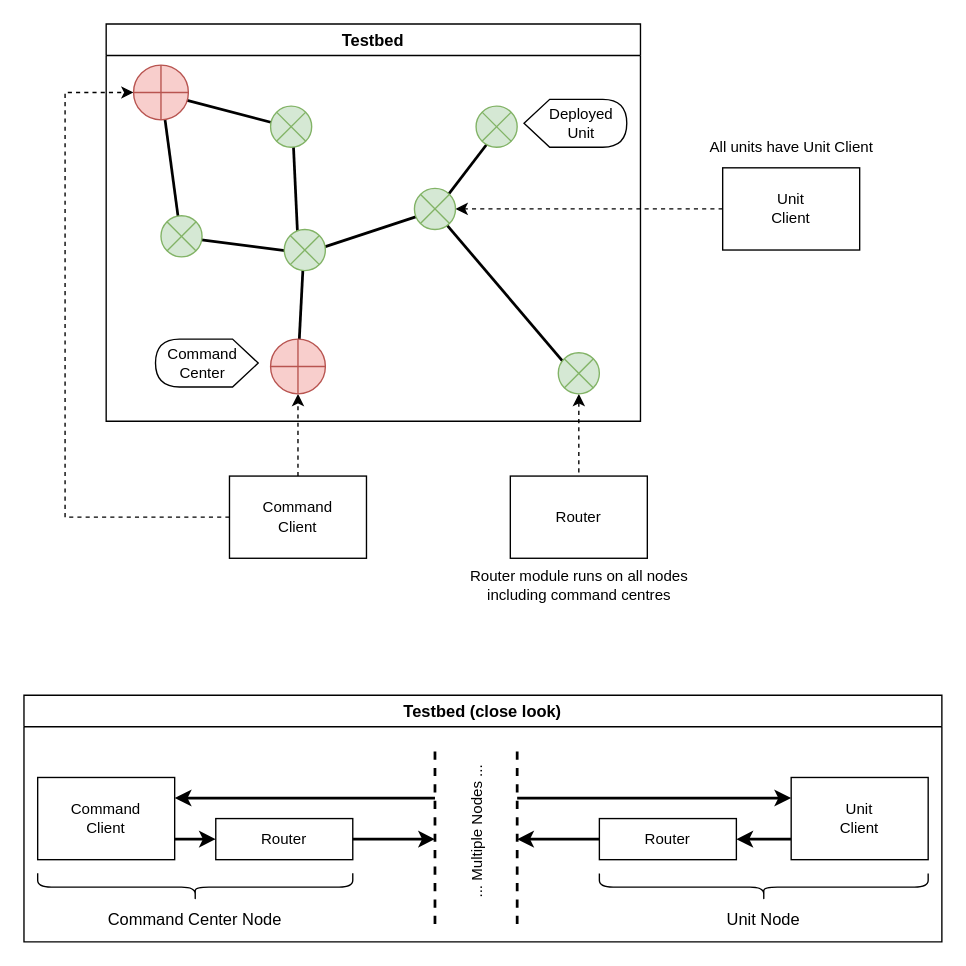
Before: docs/figures/modules_diagram.drawio in mido3ds/C4IAN, a draw.io diagram. Source tidied: cells renumbered, new cells numbered last; positions are measured from the earlier drawing's top-left corner, leaving out a move shared by most shapes. Both pictures are drawn from the tidied source at 137%, with x=0, y=0 at pixel (23, 23).
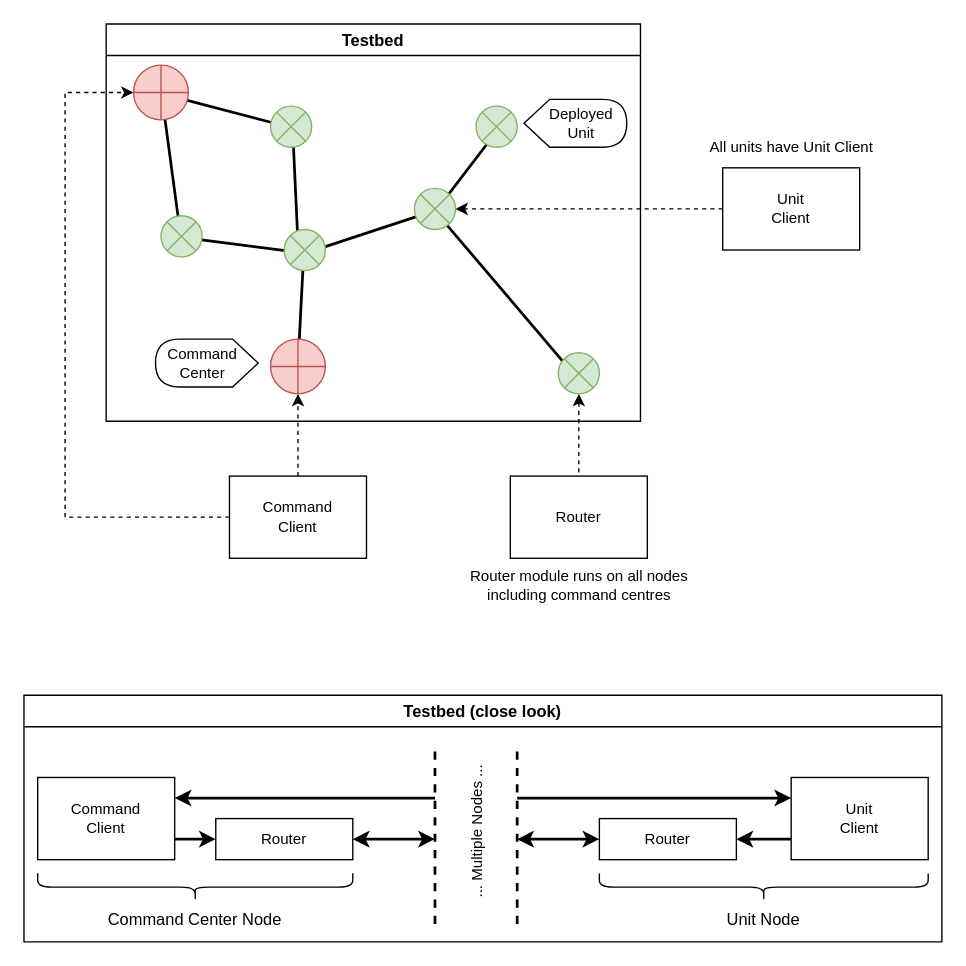
The same diagram, later.

Commit message (it also covers changes not shown here):
router has inout

Unchanged cells that the change refers to:
```xml
<mxCell id="32" value="Router" style="whiteSpace=wrap;html=1;align=center;verticalAlign=middle;newEdgeStyle={&quot;edgeStyle&quot;:&quot;elbowEdgeStyle&quot;,&quot;startArrow&quot;:&quot;none&quot;,&quot;endArrow&quot;:&quot;none&quot;};fontSize=11;labelPosition=center;verticalLabelPosition=middle;imageAspect=1;" parent="30" vertex="1">
  <mxGeometry x="420" y="90" width="100" height="30" as="geometry" />
</mxCell>
<mxCell id="36" value="Router" style="whiteSpace=wrap;html=1;align=center;verticalAlign=middle;newEdgeStyle={&quot;edgeStyle&quot;:&quot;elbowEdgeStyle&quot;,&quot;startArrow&quot;:&quot;none&quot;,&quot;endArrow&quot;:&quot;none&quot;};fontSize=11;labelPosition=center;verticalLabelPosition=middle;imageAspect=1;" parent="30" vertex="1">
  <mxGeometry x="140" y="90" width="100" height="30" as="geometry" />
</mxCell>
```

The edit, as a diff of the source:
```diff
@@
-    <mxCell id="44" style="edgeStyle=none;rounded=0;jettySize=auto;html=1;exitX=0;exitY=0.5;exitDx=0;exitDy=0;startArrow=none;startFill=0;endArrow=classic;endFill=1;strokeColor=#000000;strokeWidth=2;fontSize=11;" parent="1" edge="1" source="32">
+    <mxCell id="44" style="edgeStyle=none;rounded=0;jettySize=auto;html=1;exitX=0;exitY=0.5;exitDx=0;exitDy=0;startArrow=classic;startFill=1;endArrow=classic;endFill=1;strokeColor=#000000;strokeWidth=2;fontSize=11;" parent="1" edge="1" source="32">
       <mxGeometry relative="1" as="geometry">
         <mxPoint x="360" y="595" as="targetPoint" />
       </mxGeometry>
     </mxCell>
-    <mxCell id="45" style="edgeStyle=none;rounded=0;jettySize=auto;html=1;exitX=1;exitY=0.5;exitDx=0;exitDy=0;startArrow=none;startFill=0;endArrow=classic;endFill=1;strokeColor=#000000;strokeWidth=2;fontSize=11;" parent="1" edge="1" source="36">
+    <mxCell id="45" style="edgeStyle=none;rounded=0;jettySize=auto;html=1;exitX=1;exitY=0.5;exitDx=0;exitDy=0;startArrow=classic;startFill=1;endArrow=classic;endFill=1;strokeColor=#000000;strokeWidth=2;fontSize=11;" parent="1" edge="1" source="36">
       <mxGeometry relative="1" as="geometry">
         <mxPoint x="300" y="595" as="targetPoint" />
       </mxGeometry>
     </mxCell>
```
